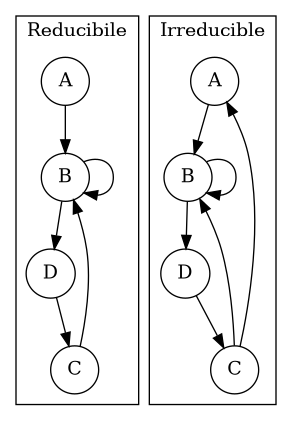
Earlier version of the Graphviz export Report/media/dot/reducible_graph_example.dot.png (RyanGreenup/DiscProj). Its source is kept beside it as Report/media/dot/reducible_graph_example.dot.
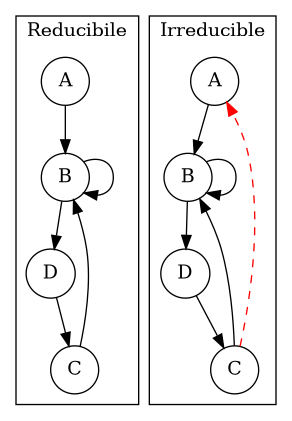
Above is the later version.

Change to the diagram source:
```diff
@@ -20,7 +20,7 @@
     label="Irreducible"
 
     5 -> 6 -> 6 -> 8 ->7 -> 6;
-    7 -> 5
+    7 -> 5 [color = "red" style = "dashed"];
   }
 
 }
```
